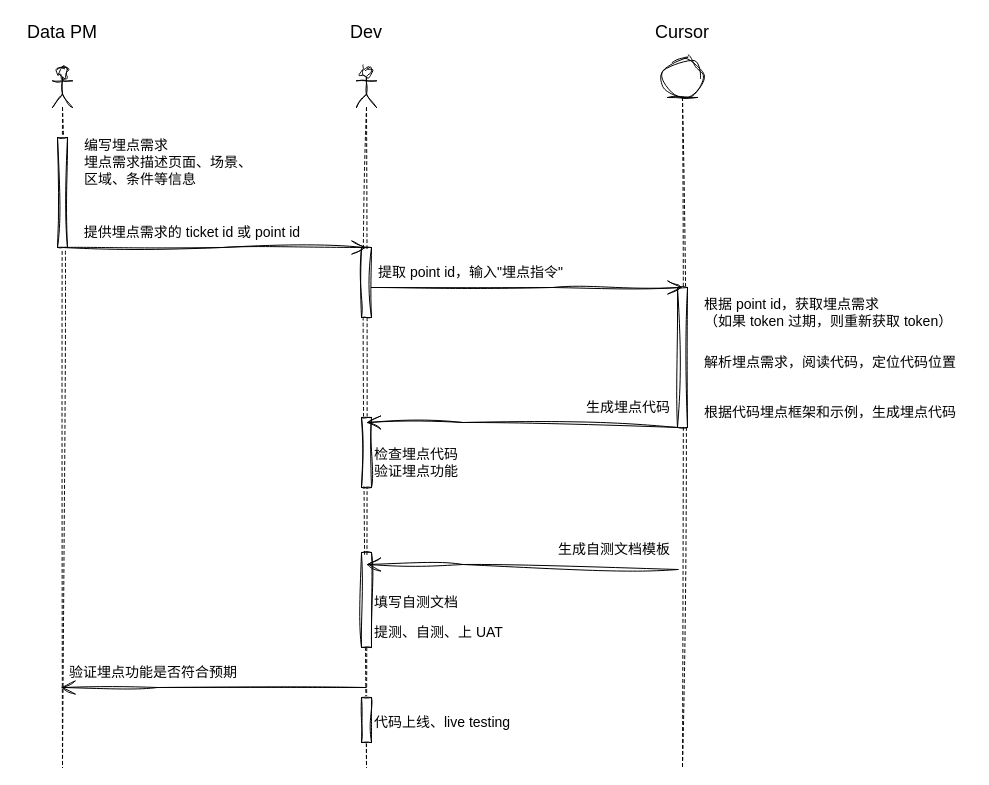
The draw.io diagram Cursor绘图.drawio in Darkindom/draw-the-diagrams, before the edit. Source tidied: cells renumbered, new cells numbered last; positions are measured from the earlier drawing's top-left corner, leaving out a move shared by most shapes. Both pictures are drawn from the tidied source at 100%, with x=0, y=0 at pixel (17, 17).
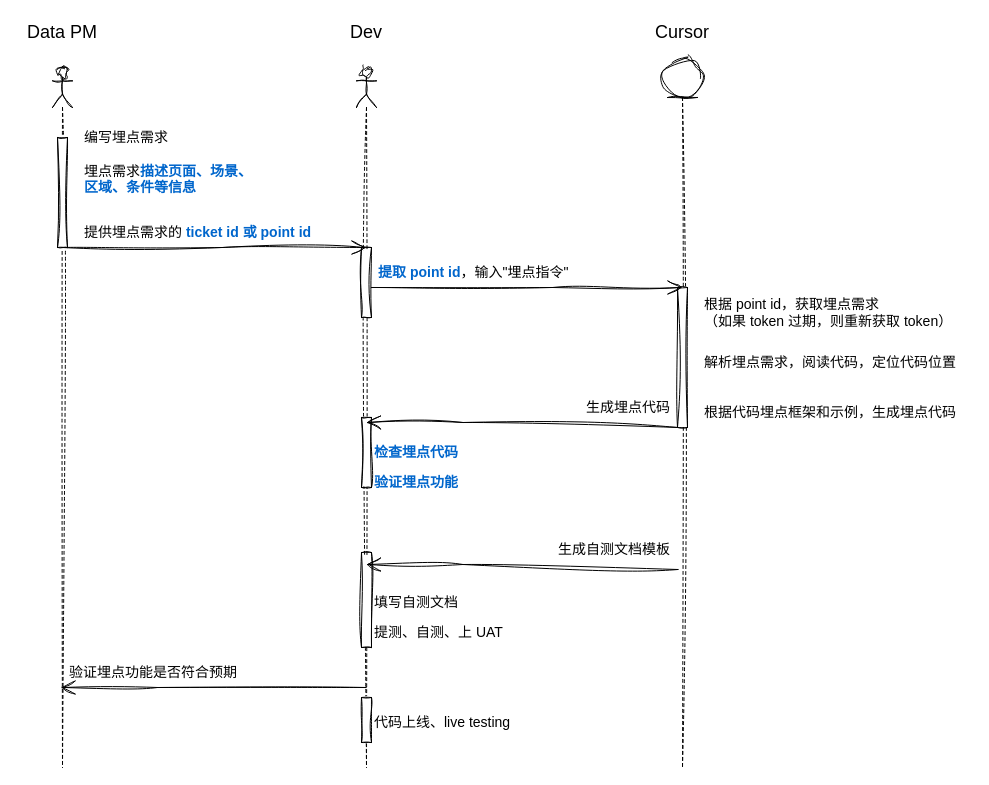
The same page after the edit.

Diff of the diagram source:
```diff
@@
-    <mxCell id="14" value="编写埋点需求&lt;div&gt;埋点需求描述页面、场景、区域、条件等信息&lt;/div&gt;" style="text;html=1;align=left;verticalAlign=middle;whiteSpace=wrap;rounded=0;fontFamily=手札体-简;fontSize=14;" parent="1" vertex="1">
+    <mxCell id="14" value="编写埋点需求&lt;div&gt;&lt;br&gt;&lt;div&gt;埋点需求&lt;b&gt;&lt;font style=&quot;color: rgb(0, 102, 204);&quot;&gt;描述页面、场景、区域、条件等信息&lt;/font&gt;&lt;/b&gt;&lt;/div&gt;&lt;/div&gt;" style="text;html=1;align=left;verticalAlign=middle;whiteSpace=wrap;rounded=0;fontFamily=手札体-简;fontSize=14;" parent="1" vertex="1">
       <mxGeometry x="65" y="130" width="170" height="30" as="geometry" />
     </mxCell>
-    <mxCell id="15" value="&lt;div&gt;提供埋点需求的 ticket id 或 point id&lt;/div&gt;" style="text;html=1;align=center;verticalAlign=middle;whiteSpace=wrap;rounded=0;fontFamily=手札体-简;fontSize=14;" parent="1" vertex="1">
-      <mxGeometry x="55" y="200" width="240" height="30" as="geometry" />
+    <mxCell id="15" value="&lt;div&gt;提供埋点需求的 &lt;font style=&quot;color: rgb(0, 102, 204);&quot;&gt;&lt;b&gt;ticket id 或 point id&lt;/b&gt;&lt;/font&gt;&lt;/div&gt;" style="text;html=1;align=left;verticalAlign=middle;whiteSpace=wrap;rounded=0;fontFamily=手札体-简;fontSize=14;" parent="1" vertex="1">
+      <mxGeometry x="65" y="200" width="240" height="30" as="geometry" />
     </mxCell>
@@
-    <mxCell id="18" value="&lt;div&gt;提取 point id，输入&quot;&lt;span style=&quot;background-color: transparent; color: light-dark(rgb(0, 0, 0), rgb(255, 255, 255));&quot;&gt;埋点指令&lt;/span&gt;&lt;span style=&quot;background-color: transparent; color: light-dark(rgb(0, 0, 0), rgb(255, 255, 255));&quot;&gt;&quot;&lt;/span&gt;&lt;/div&gt;" style="text;html=1;align=left;verticalAlign=middle;whiteSpace=wrap;rounded=0;fontFamily=手札体-简;fontSize=14;" parent="1" vertex="1">
+    <mxCell id="18" value="&lt;div&gt;&lt;font style=&quot;color: rgb(0, 102, 204);&quot;&gt;&lt;b&gt;提取 point id&lt;/b&gt;&lt;/font&gt;，输入&quot;&lt;span style=&quot;background-color: transparent; color: light-dark(rgb(0, 0, 0), rgb(255, 255, 255));&quot;&gt;埋点指令&lt;/span&gt;&lt;span style=&quot;background-color: transparent; color: light-dark(rgb(0, 0, 0), rgb(255, 255, 255));&quot;&gt;&quot;&lt;/span&gt;&lt;/div&gt;" style="text;html=1;align=left;verticalAlign=middle;whiteSpace=wrap;rounded=0;fontFamily=手札体-简;fontSize=14;" parent="1" vertex="1">
       <mxGeometry x="359" y="240" width="240" height="30" as="geometry" />
     </mxCell>
@@
-    <mxCell id="24" value="检查埋点代码&lt;div&gt;验证埋点功能&lt;/div&gt;" style="text;html=1;align=left;verticalAlign=middle;whiteSpace=wrap;rounded=0;fontFamily=手札体-简;fontSize=14;" parent="1" vertex="1">
-      <mxGeometry x="355" y="430" width="270" height="30" as="geometry" />
+    <mxCell id="24" value="&lt;b&gt;&lt;font style=&quot;color: rgb(0, 102, 204);&quot;&gt;检查埋点代码&lt;/font&gt;&lt;/b&gt;" style="text;html=1;align=left;verticalAlign=middle;whiteSpace=wrap;rounded=0;fontFamily=手札体-简;fontSize=14;" parent="1" vertex="1">
+      <mxGeometry x="355" y="420" width="270" height="30" as="geometry" />
     </mxCell>
@@
+    <mxCell id="32" value="&lt;font color=&quot;#0066cc&quot;&gt;&lt;b&gt;验证埋点功能&lt;/b&gt;&lt;/font&gt;" style="text;html=1;align=left;verticalAlign=middle;whiteSpace=wrap;rounded=0;fontFamily=手札体-简;fontSize=14;" parent="1" vertex="1">
+      <mxGeometry x="355" y="450" width="270" height="30" as="geometry" />
+    </mxCell>
```
